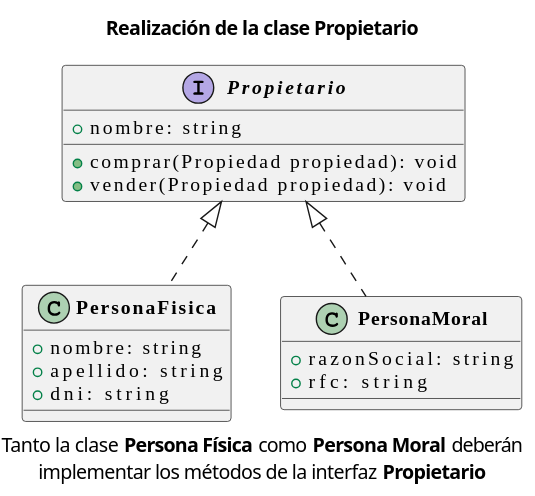
The PlantUML diagram src/diagrams/out/class_realization.svg in j2deme/J2deme-Slides, before a commit.
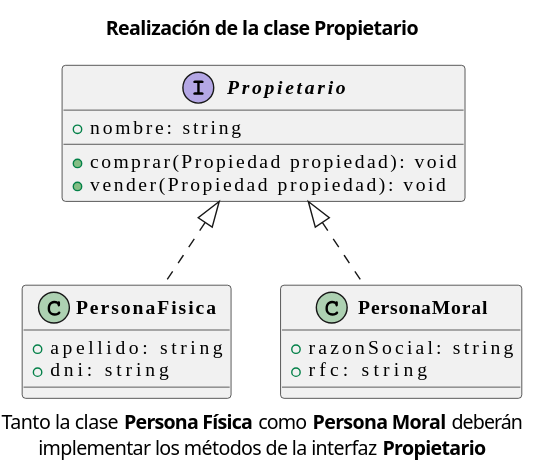
Above is the later version.

Commit message:
Remove duplicate "nombre" attribute on "PersonaFisica" class

The edit, as a diff of the source:
```diff
@@ -9,7 +9,6 @@
 }
 
 class PersonaFisica {
-  + nombre: string
   + apellido: string
   + dni: string
 }
```
